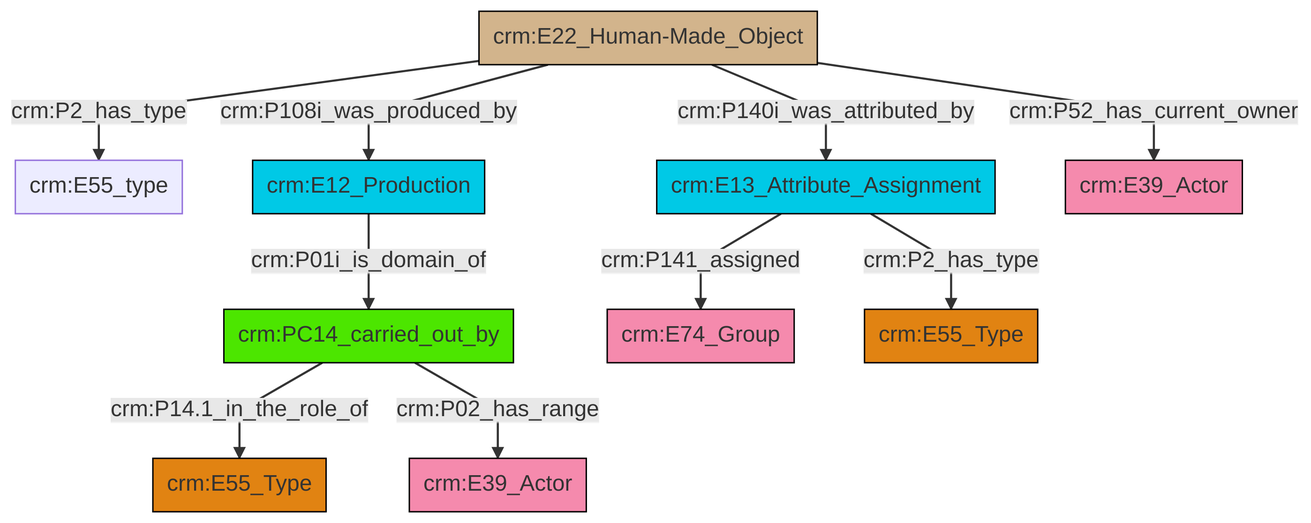
swiss-art-research-net/docs.swissartresearch keeps this Mermaid diagram as et/builtWorkCSV/ttl/mmd/png/Built_Work_actor_relations.png. Above is the earlier version. Its source is kept beside it as et/builtWorkCSV/ttl/mmd/Built_Work_actor_relations.ttl.mmd.
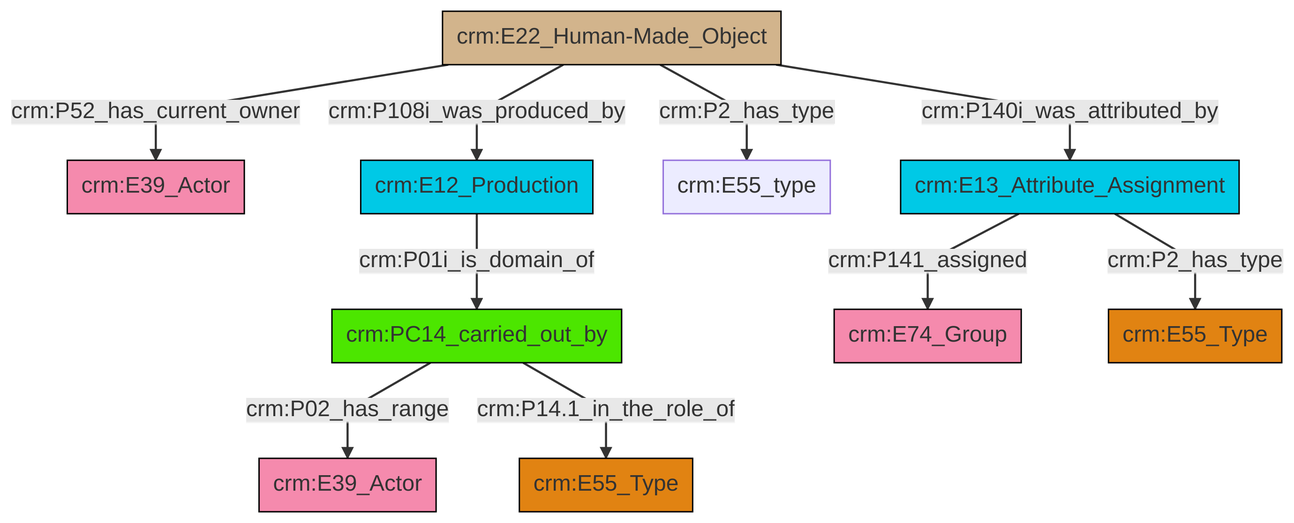
After the commit.

What changed in the source:
```diff
@@ -13,12 +13,12 @@
 classDef PC_Classes fill:#4ce600, stroke:#000000;
 classDef Multi fill:#cccccc,stroke:#000000;
 
-6["crm:E13_Attribute_Assignment"]:::Temporal_Entity -->|crm:P141_assigned| 8["crm:E74_Group"]:::Actor
-12["crm:E22_Human-Made_Object"]:::Physical_Thing -->|crm:P108i_was_produced_by| 14["crm:E12_Production"]:::Temporal_Entity
-12["crm:E22_Human-Made_Object"]:::Physical_Thing -->|crm:P2_has_type| 4["crm:E55_type"]:::Default
-14["crm:E12_Production"]:::Temporal_Entity -->|crm:P01i_is_domain_of| 2["crm:PC14_carried_out_by"]:::PC_Classes
-12["crm:E22_Human-Made_Object"]:::Physical_Thing -->|crm:P140i_was_attributed_by| 6["crm:E13_Attribute_Assignment"]:::Temporal_Entity
-2["crm:PC14_carried_out_by"]:::PC_Classes -->|crm:P14.1_in_the_role_of| 17["crm:E55_Type"]:::Type
-6["crm:E13_Attribute_Assignment"]:::Temporal_Entity -->|crm:P2_has_type| 10["crm:E55_Type"]:::Type
-12["crm:E22_Human-Made_Object"]:::Physical_Thing -->|crm:P52_has_current_owner| 18["crm:E39_Actor"]:::Actor
-2["crm:PC14_carried_out_by"]:::PC_Classes -->|crm:P02_has_range| 0["crm:E39_Actor"]:::Actor
+6["crm:E22_Human-Made_Object"]:::Physical_Thing -->|crm:P108i_was_produced_by| 4["crm:E12_Production"]:::Temporal_Entity
+6["crm:E22_Human-Made_Object"]:::Physical_Thing -->|crm:P2_has_type| 7["crm:E55_type"]:::Default
+8["crm:PC14_carried_out_by"]:::PC_Classes -->|crm:P02_has_range| 2["crm:E39_Actor"]:::Actor
+10["crm:E13_Attribute_Assignment"]:::Temporal_Entity -->|crm:P141_assigned| 13["crm:E74_Group"]:::Actor
+4["crm:E12_Production"]:::Temporal_Entity -->|crm:P01i_is_domain_of| 8["crm:PC14_carried_out_by"]:::PC_Classes
+8["crm:PC14_carried_out_by"]:::PC_Classes -->|crm:P14.1_in_the_role_of| 17["crm:E55_Type"]:::Type
+6["crm:E22_Human-Made_Object"]:::Physical_Thing -->|crm:P140i_was_attributed_by| 10["crm:E13_Attribute_Assignment"]:::Temporal_Entity
+10["crm:E13_Attribute_Assignment"]:::Temporal_Entity -->|crm:P2_has_type| 15["crm:E55_Type"]:::Type
+6["crm:E22_Human-Made_Object"]:::Physical_Thing -->|crm:P52_has_current_owner| 0["crm:E39_Actor"]:::Actor
```
